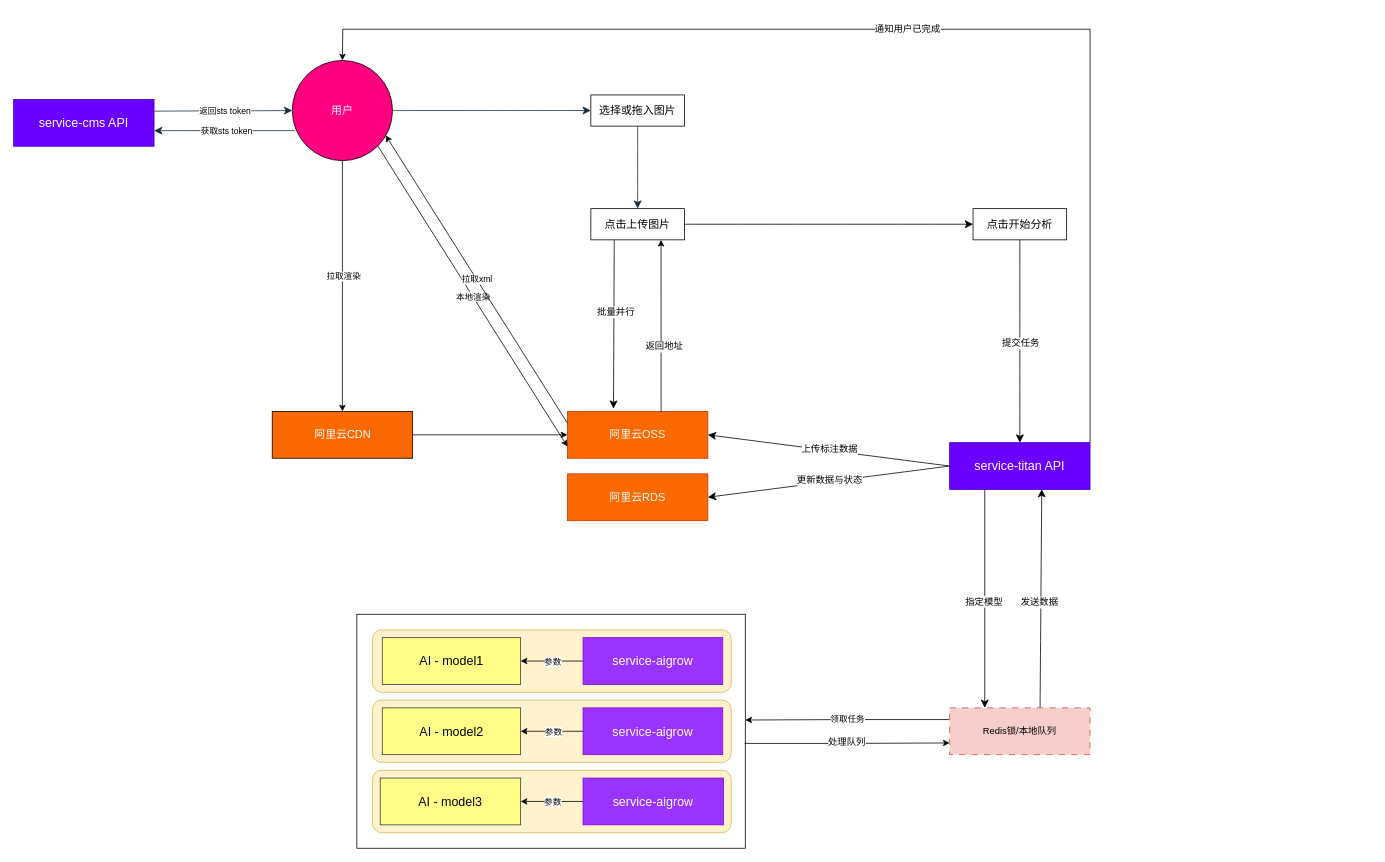
The draw.io diagram 未命名绘图.drawio in deepberry/.draw, before the edit. Source tidied: cells renumbered, new cells numbered last; positions are measured from the earlier drawing's top-left corner, leaving out a move shared by most shapes. Both pictures are drawn from the tidied source at 78%, with x=0, y=0 at pixel (13, 29).
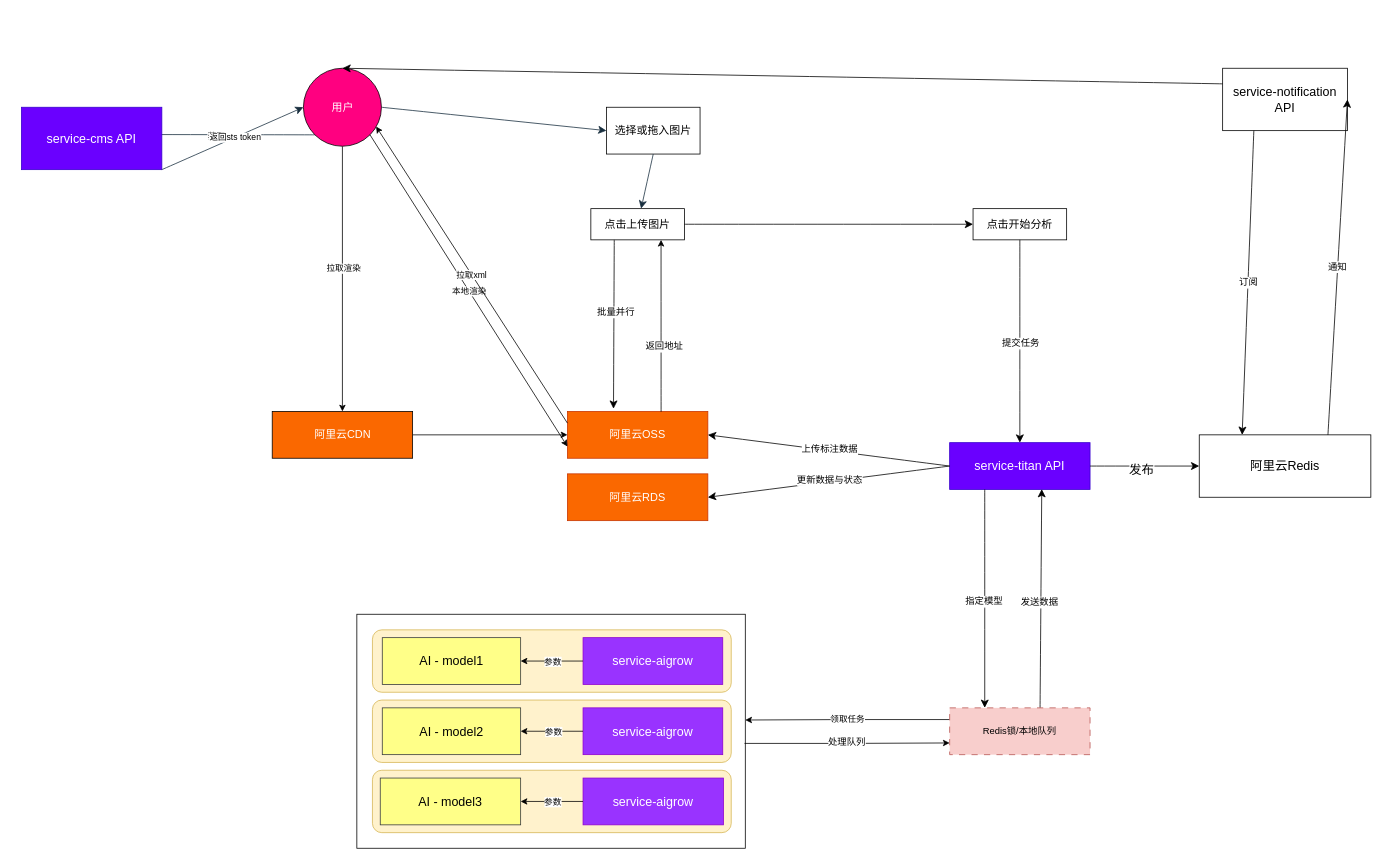
Above is the later version.

Commit message:
更新未命名绘图.drawio

The change refers to these unchanged cells:
```xml
<mxCell id="21" value="service-titan API" style="whiteSpace=wrap;html=1;fontSize=16;fillColor=#6a00ff;strokeColor=#3700CC;fontColor=#ffffff;" parent="1" vertex="1">
  <mxGeometry x="1200" y="530" width="180" height="60" as="geometry" />
</mxCell>
```

Change to the diagram source:
```diff
@@
-    <mxCell id="4" style="edgeStyle=none;curved=1;rounded=0;jettySize=auto;html=1;fontSize=12;startSize=8;endSize=8;labelBackgroundColor=none;fontColor=default;strokeColor=#182E3E;exitX=0.029;exitY=0.7;exitDx=0;exitDy=0;exitPerimeter=0;" parent="1" edge="1" source="37">
+    <mxCell id="4" style="edgeStyle=none;curved=1;rounded=0;jettySize=auto;html=1;fontSize=12;startSize=8;endSize=8;labelBackgroundColor=none;fontColor=default;strokeColor=#182E3E;exitX=0;exitY=1;exitDx=0;exitDy=0;" parent="1" edge="1" source="37">
       <mxGeometry relative="1" as="geometry">
-        <mxPoint x="180" y="130" as="targetPoint" />
+        <mxPoint x="170" y="135" as="targetPoint" />
       </mxGeometry>
     </mxCell>
@@
     <mxCell id="6" value="service-cms API" style="whiteSpace=wrap;html=1;fontSize=16;labelBackgroundColor=none;rounded=0;fillColor=#6a00ff;strokeColor=#3700CC;fontColor=#ffffff;" parent="1" vertex="1">
-      <mxGeometry y="90" width="180" height="60" as="geometry" />
+      <mxGeometry x="10" y="100" width="180" height="80" as="geometry" />
     </mxCell>
-    <mxCell id="7" style="edgeStyle=none;jettySize=auto;html=1;rounded=0;fontSize=12;startSize=8;endSize=8;curved=1;exitX=1;exitY=0.25;exitDx=0;exitDy=0;entryX=0;entryY=0.5;entryDx=0;entryDy=0;labelBackgroundColor=none;fontColor=default;strokeColor=#182E3E;" parent="1" edge="1" source="6" target="37">
+    <mxCell id="7" style="edgeStyle=none;jettySize=auto;html=1;rounded=0;fontSize=12;startSize=8;endSize=8;curved=1;entryX=0;entryY=0.5;entryDx=0;entryDy=0;labelBackgroundColor=none;fontColor=default;strokeColor=#182E3E;exitX=1;exitY=1;exitDx=0;exitDy=0;" parent="1" edge="1" source="6" target="37">
       <mxGeometry relative="1" as="geometry" />
     </mxCell>
@@
     <mxCell id="9" value="选择或拖入图片" style="whiteSpace=wrap;html=1;fontSize=14;rounded=0;labelBackgroundColor=none;" parent="1" vertex="1">
-      <mxGeometry x="740" y="84.2" width="120" height="40" as="geometry" />
+      <mxGeometry x="760" y="100" width="120" height="60" as="geometry" />
     </mxCell>
@@
-    <mxCell id="20" value="通知用户已完成" style="edgeStyle=orthogonalEdgeStyle;rounded=0;jettySize=auto;html=1;exitX=1;exitY=0;exitDx=0;exitDy=0;fontSize=12;fontColor=#000000;" parent="1" edge="1" source="21" target="37">
-      <mxGeometry relative="1" as="geometry">
-        <Array as="points">
-          <mxPoint x="1380" />
-          <mxPoint x="422" />
-        </Array>
-      </mxGeometry>
-    </mxCell>
@@
     <mxCell id="37" value="用户" style="ellipse;whiteSpace=wrap;html=1;fontSize=14;fontColor=#FFFFFF;fillColor=#FF0080;" parent="1" vertex="1">
-      <mxGeometry x="357.2" y="40" width="128.5" height="128.5" as="geometry" />
+      <mxGeometry x="371.5" y="50" width="100" height="100" as="geometry" />
     </mxCell>
@@
+    <mxCell id="61" value="阿里云Redis" style="whiteSpace=wrap;html=1;fontSize=16;" parent="1" vertex="1">
+      <mxGeometry x="1520" y="520" width="220" height="80" as="geometry" />
+    </mxCell>
+    <mxCell id="62" style="whiteSpace=wrap;html=1;fontSize=16;" parent="1" vertex="1">
+      <mxGeometry x="1280" y="-20" width="200" as="geometry" />
+    </mxCell>
+    <mxCell id="63" value="service-notification API" style="whiteSpace=wrap;html=1;fontSize=16;" parent="1" vertex="1">
+      <mxGeometry x="1550" y="50" width="160" height="80" as="geometry" />
+    </mxCell>
+    <mxCell id="64" style="edgeStyle=none;jettySize=auto;html=1;rounded=0;fontSize=12;startSize=8;endSize=8;curved=1;exitX=1;exitY=0.5;exitDx=0;exitDy=0;entryX=0;entryY=0.5;entryDx=0;entryDy=0;" parent="1" edge="1" source="21" target="61">
+      <mxGeometry relative="1" as="geometry" />
+    </mxCell>
+    <mxCell id="65" value="发布" style="edgeLabel;html=1;align=center;verticalAlign=middle;fontSize=16;" parent="64" vertex="1">
+      <mxGeometry x="-0.07" y="-4" relative="1" as="geometry" />
+    </mxCell>
+    <mxCell id="66" value="订阅" style="edgeStyle=none;jettySize=auto;html=1;rounded=0;fontSize=12;startSize=8;endSize=8;curved=1;exitX=0.25;exitY=1;exitDx=0;exitDy=0;entryX=0.25;entryY=0;entryDx=0;entryDy=0;" parent="1" edge="1" source="63" target="61">
+      <mxGeometry relative="1" as="geometry" />
+    </mxCell>
+    <mxCell id="67" style="edgeStyle=none;jettySize=auto;html=1;rounded=0;fontSize=12;startSize=8;endSize=8;curved=1;entryX=0.5;entryY=0;entryDx=0;entryDy=0;exitX=0;exitY=0.25;exitDx=0;exitDy=0;" parent="1" edge="1" source="63" target="37">
+      <mxGeometry relative="1" as="geometry" />
+    </mxCell>
+    <mxCell id="68" value="通知" style="edgeStyle=none;jettySize=auto;html=1;rounded=0;fontSize=12;startSize=8;endSize=8;curved=1;exitX=0.75;exitY=0;exitDx=0;exitDy=0;entryX=1;entryY=0.5;entryDx=0;entryDy=0;" parent="1" edge="1" source="61" target="63">
+      <mxGeometry relative="1" as="geometry" />
+    </mxCell>
```
